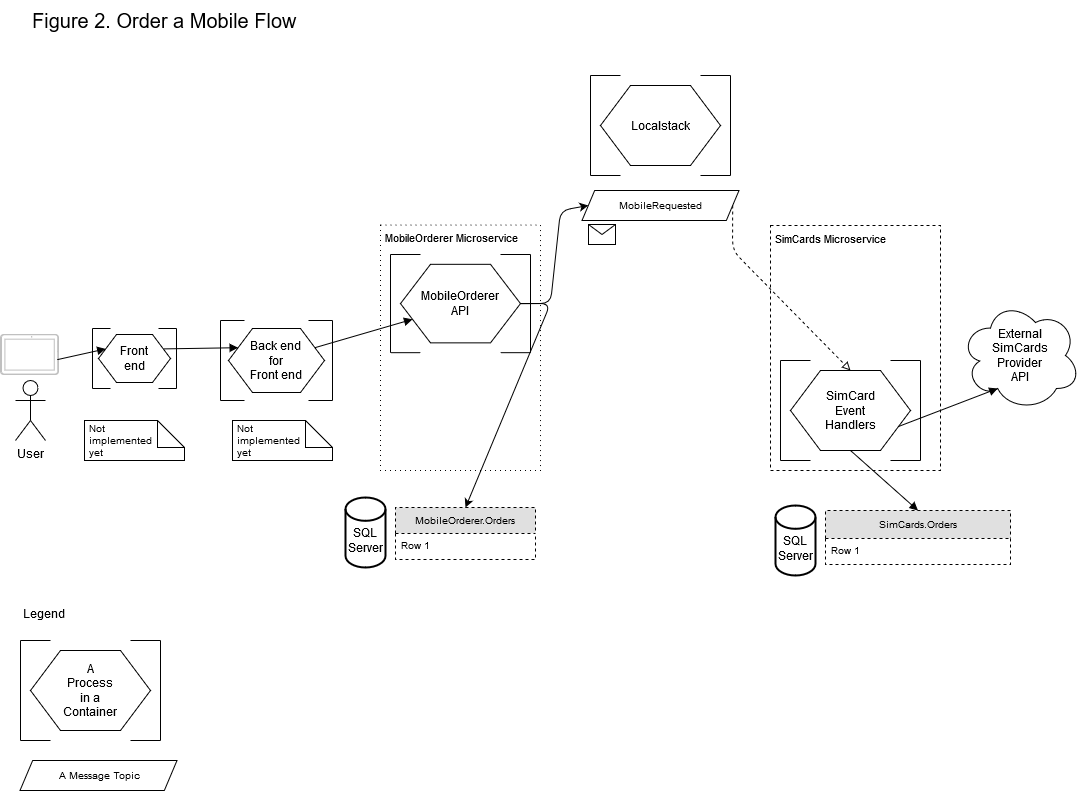
Above: docs/MobileMsSampleDiagram2.png in JonQuxBurton/MobileMicroservicesSample (draw.io), before the change. Source tidied: cells renumbered, new cells last; positions are measured from the earlier drawing's top-left corner, leaving out a move shared by most shapes.
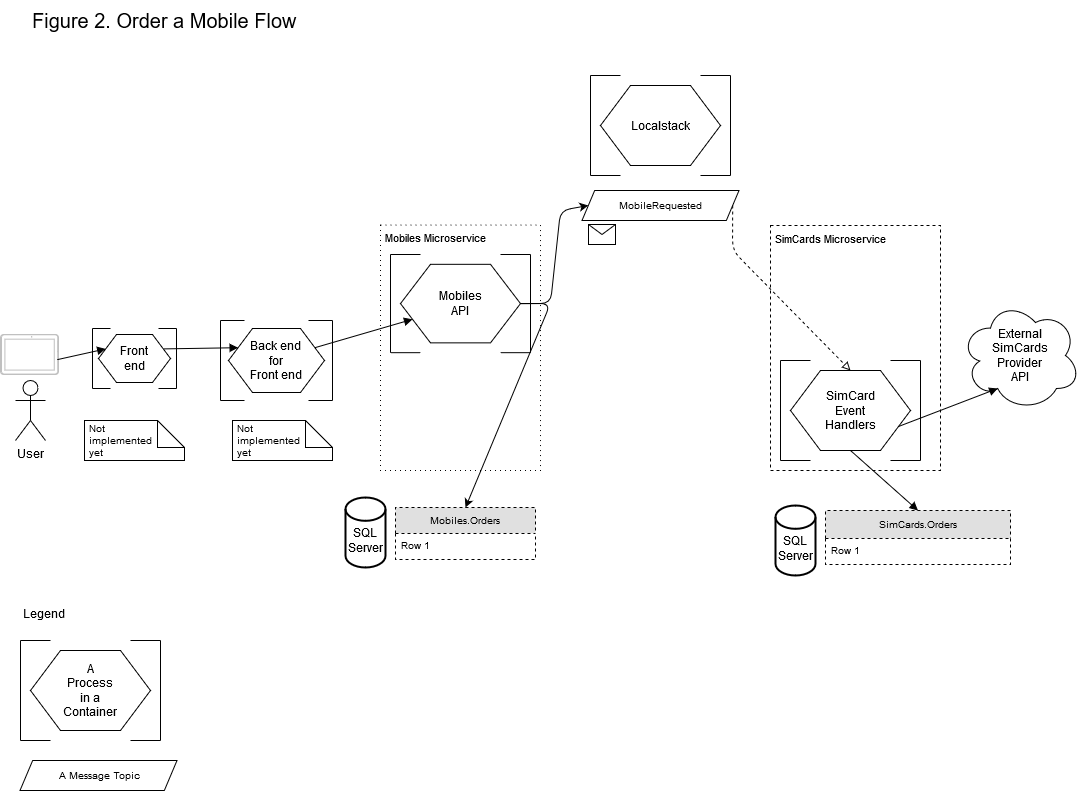
After the change.

The edit, as a diff of the source:
```diff
@@ -92,10 +92,10 @@
         <mxPoint x="140" as="targetPoint" />
       </mxGeometry>
     </mxCell>
-    <mxCell id="20" value="MobileOrderer API" style="text;html=1;strokeColor=none;fillColor=none;align=center;verticalAlign=middle;whiteSpace=wrap;rounded=0;" parent="11" vertex="1">
+    <mxCell id="20" value="Mobiles API" style="text;html=1;strokeColor=none;fillColor=none;align=center;verticalAlign=middle;whiteSpace=wrap;rounded=0;" parent="11" vertex="1">
       <mxGeometry x="50" y="34.4" width="40" height="29.5" as="geometry" />
     </mxCell>
-    <mxCell id="21" value="&lt;div&gt;&lt;font style=&quot;font-size: 11px&quot;&gt;MobileOrderer Microservice&lt;/font&gt;&lt;/div&gt;" style="text;html=1;strokeColor=none;fillColor=none;align=left;verticalAlign=middle;whiteSpace=wrap;rounded=0;dashed=1;fontSize=20;spacingLeft=3;" parent="11" vertex="1">
+    <mxCell id="21" value="&lt;div&gt;&lt;font style=&quot;font-size: 11px&quot;&gt;Mobiles Microservice&lt;/font&gt;&lt;/div&gt;" style="text;html=1;strokeColor=none;fillColor=none;align=left;verticalAlign=middle;whiteSpace=wrap;rounded=0;dashed=1;fontSize=20;spacingLeft=3;" parent="11" vertex="1">
       <mxGeometry x="-10" y="-29.5" width="160" height="19.6" as="geometry" />
     </mxCell>
     <mxCell id="22" style="group;" parent="1" vertex="1">
@@ -323,7 +323,7 @@
     <mxCell id="72" value="SQL Server" style="strokeWidth=2;html=1;shape=mxgraph.flowchart.database;whiteSpace=wrap;spacingBottom=0;spacingTop=15;" parent="1" vertex="1">
       <mxGeometry x="345" y="497" width="40" height="70" as="geometry" />
     </mxCell>
-    <mxCell id="73" value="MobileOrderer.Orders" style="swimlane;fontStyle=0;horizontal=1;startSize=26;fillColor=#e0e0e0;swimlaneFillColor=#ffffff;align=center;fontSize=10;dashed=1;" parent="1" vertex="1">
+    <mxCell id="73" value="Mobiles.Orders" style="swimlane;fontStyle=0;horizontal=1;startSize=26;fillColor=#e0e0e0;swimlaneFillColor=#ffffff;align=center;fontSize=10;dashed=1;" parent="1" vertex="1">
       <mxGeometry x="395" y="507" width="140" height="52" as="geometry" />
     </mxCell>
     <mxCell id="74" value="Row 1" style="text;strokeColor=none;fillColor=none;spacingLeft=4;spacingRight=4;overflow=hidden;fontSize=10;" parent="73" vertex="1">
```
